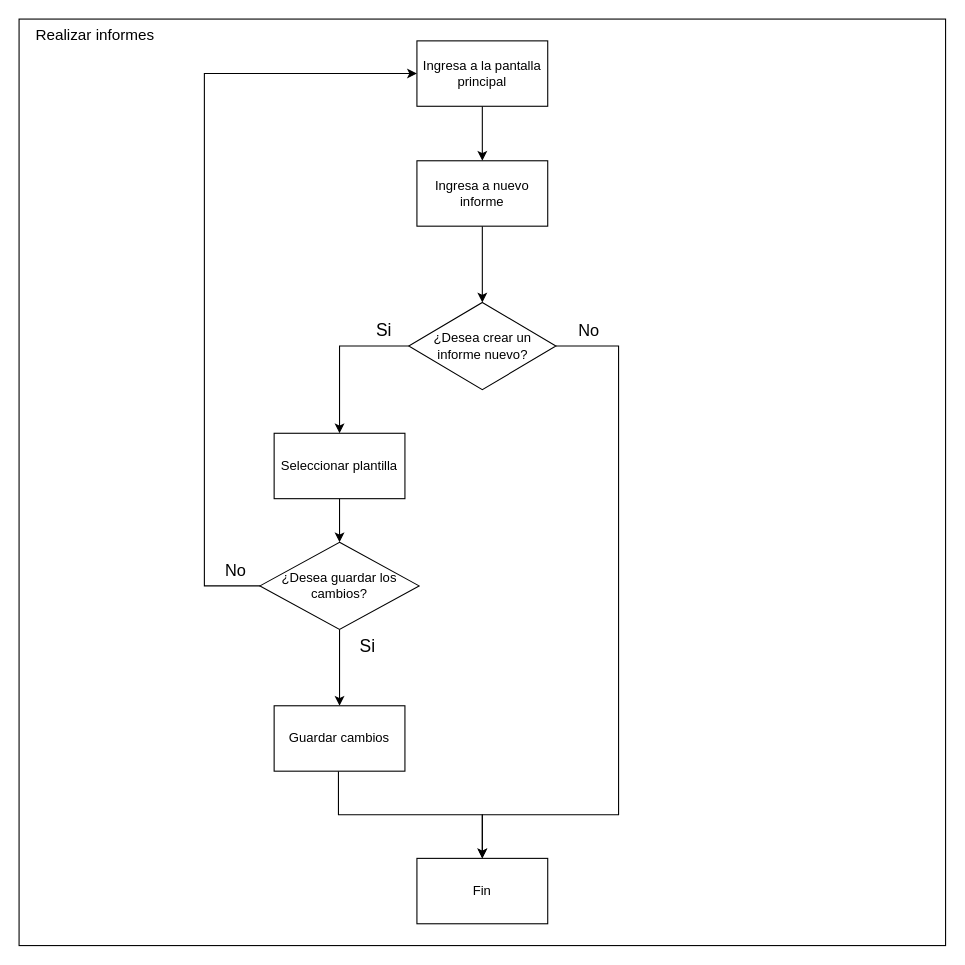
The draw.io diagram Etapa de inicio/Flujogramas/Flujograma (realizar informes).drawio in fxex/Vesta_Risk_Manager, before the edit. Source tidied: cells renumbered, new cells numbered last; positions are measured from the earlier drawing's top-left corner, leaving out a move shared by most shapes. Both pictures are drawn from the tidied source at 109%, with x=0, y=0 at pixel (19, 19).
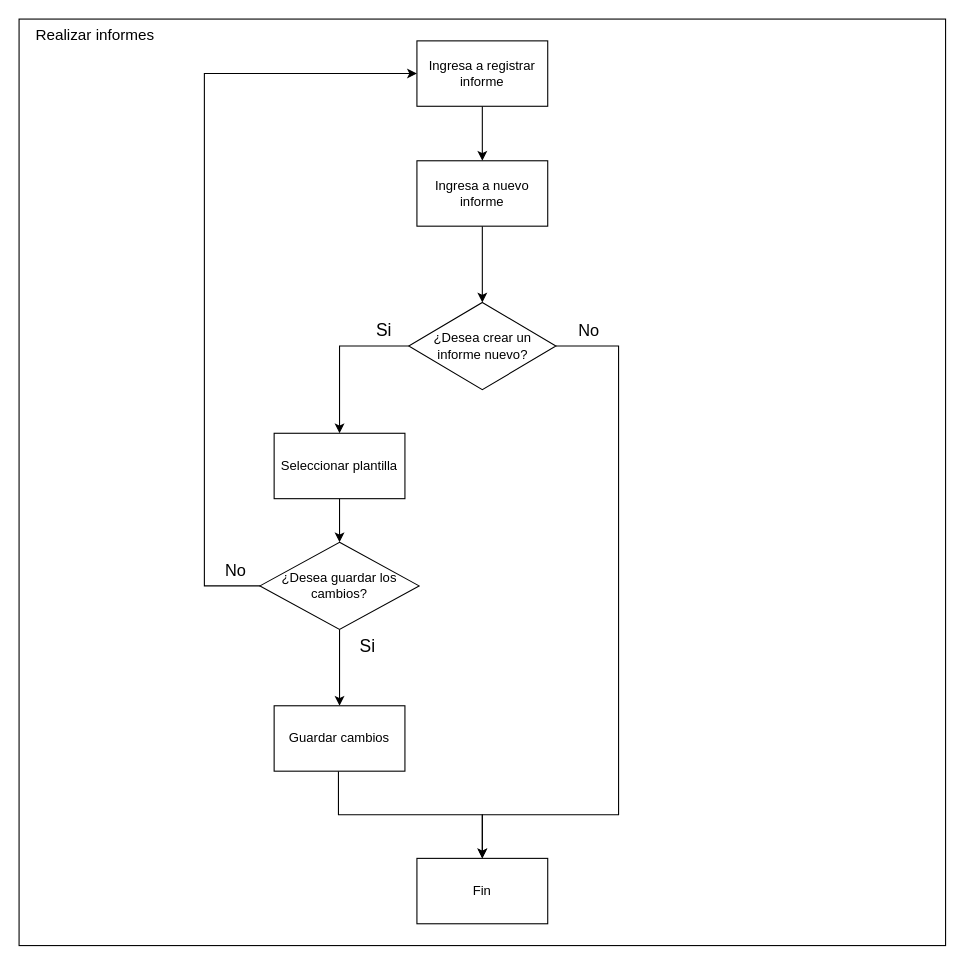
The same page after the edit.

Commit message (it also covers changes not shown here):
Doc: Flujograma de la plantilla

What changed in the source:
```diff
@@
-    <mxCell id="5" value="&lt;div&gt;Ingresa a la pantalla principal&lt;/div&gt;" style="rounded=0;whiteSpace=wrap;html=1;" parent="1" vertex="1">
+    <mxCell id="5" value="Ingresa a registrar&lt;br&gt;informe" style="rounded=0;whiteSpace=wrap;html=1;" parent="1" vertex="1">
       <mxGeometry x="365" y="20" width="120" height="60" as="geometry" />
     </mxCell>
```
